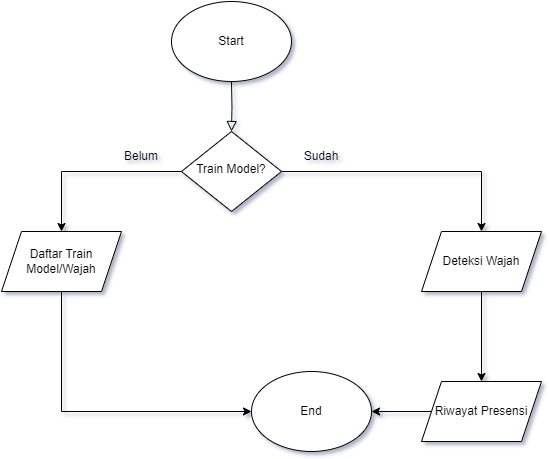
The draw.io diagram flowchart-facepresensi.drawio.png in ditanursabila/face-presensi, before a commit. Source tidied: cells renumbered, new cells last; positions are measured from the earlier drawing's top-left corner, leaving out a move shared by most shapes.
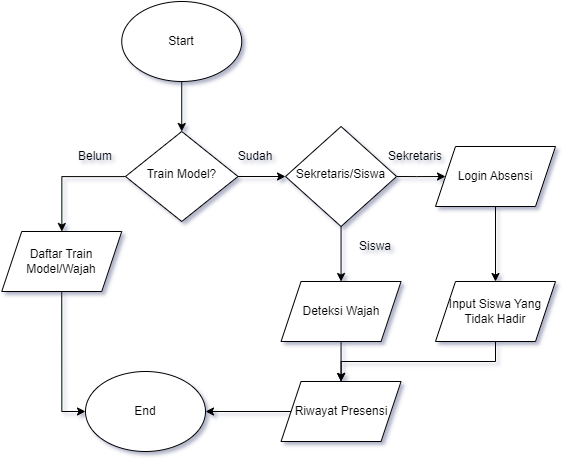
Above is the later version.

Diff of the diagram source:
```diff
@@ -2,49 +2,74 @@
   <root>
     <mxCell id="0" />
     <mxCell id="1" parent="0" />
-    <mxCell id="2" style="rounded=0;html=1;jettySize=auto;fontSize=11;endArrow=block;endFill=0;endSize=8;strokeWidth=1;shadow=0;labelBackgroundColor=none;edgeStyle=orthogonalEdgeStyle;" parent="1" edge="1" target="5">
-      <mxGeometry relative="1" as="geometry">
-        <mxPoint x="230" y="80" as="sourcePoint" />
-      </mxGeometry>
-    </mxCell>
-    <mxCell id="3" style="edgeStyle=orthogonalEdgeStyle;rounded=0;jettySize=auto;html=1;" parent="1" edge="1" source="5" target="8">
+    <mxCell id="3" style="edgeStyle=orthogonalEdgeStyle;rounded=0;jettySize=auto;html=1;exitX=0.5;exitY=1;exitDx=0;exitDy=0;" parent="1" edge="1" source="19" target="8">
       <mxGeometry relative="1" as="geometry" />
     </mxCell>
     <mxCell id="4" style="edgeStyle=orthogonalEdgeStyle;rounded=0;jettySize=auto;html=1;" parent="1" edge="1" source="5" target="10">
       <mxGeometry relative="1" as="geometry" />
     </mxCell>
+    <mxCell id="16" style="edgeStyle=orthogonalEdgeStyle;rounded=0;jettySize=auto;html=1;" parent="1" edge="1" source="5" target="19">
+      <mxGeometry relative="1" as="geometry" />
+    </mxCell>
     <mxCell id="5" value="Train Model?" style="rhombus;whiteSpace=wrap;html=1;shadow=0;fontFamily=Helvetica;fontSize=12;align=center;strokeWidth=1;spacing=6;spacingTop=-4;" parent="1" vertex="1">
-      <mxGeometry x="180" y="130" width="100" height="80" as="geometry" />
+      <mxGeometry x="180" y="130" width="112.5" height="90" as="geometry" />
     </mxCell>
+    <mxCell id="17" style="edgeStyle=orthogonalEdgeStyle;rounded=0;jettySize=auto;html=1;exitX=0.5;exitY=1;exitDx=0;exitDy=0;entryX=0.5;entryY=0;entryDx=0;entryDy=0;" parent="1" edge="1" source="6" target="5">
+      <mxGeometry relative="1" as="geometry" />
+    </mxCell>
     <mxCell id="6" value="Start" style="ellipse;whiteSpace=wrap;html=1;" parent="1" vertex="1">
-      <mxGeometry x="170" width="120" height="80" as="geometry" />
+      <mxGeometry x="176.2" width="120" height="80" as="geometry" />
     </mxCell>
     <mxCell id="7" style="edgeStyle=orthogonalEdgeStyle;rounded=0;jettySize=auto;html=1;exitX=0.5;exitY=1;exitDx=0;exitDy=0;" parent="1" edge="1" source="8" target="14">
       <mxGeometry relative="1" as="geometry" />
     </mxCell>
     <mxCell id="8" value="Deteksi Wajah" style="shape=parallelogram;perimeter=parallelogramPerimeter;whiteSpace=wrap;html=1;fixedSize=1;" parent="1" vertex="1">
-      <mxGeometry x="420" y="230" width="120" height="60" as="geometry" />
+      <mxGeometry x="335.6" y="280" width="120" height="60" as="geometry" />
     </mxCell>
     <mxCell id="9" style="edgeStyle=orthogonalEdgeStyle;rounded=0;jettySize=auto;html=1;exitX=0.5;exitY=1;exitDx=0;exitDy=0;entryX=0;entryY=0.5;entryDx=0;entryDy=0;" parent="1" edge="1" source="10" target="15">
       <mxGeometry relative="1" as="geometry" />
     </mxCell>
     <mxCell id="10" value="Daftar Train Model/Wajah" style="shape=parallelogram;perimeter=parallelogramPerimeter;whiteSpace=wrap;html=1;fixedSize=1;" parent="1" vertex="1">
-      <mxGeometry y="230" width="120" height="60" as="geometry" />
+      <mxGeometry x="56.2" y="230" width="120" height="60" as="geometry" />
     </mxCell>
     <mxCell id="11" value="Sudah" style="text;html=1;align=center;verticalAlign=middle;whiteSpace=wrap;rounded=0;" parent="1" vertex="1">
-      <mxGeometry x="290" y="140" width="60" height="30" as="geometry" />
+      <mxGeometry x="280" y="140" width="60" height="30" as="geometry" />
     </mxCell>
     <mxCell id="12" value="Belum" style="text;html=1;align=center;verticalAlign=middle;whiteSpace=wrap;rounded=0;" parent="1" vertex="1">
-      <mxGeometry x="110" y="140" width="60" height="30" as="geometry" />
+      <mxGeometry x="120" y="140" width="60" height="30" as="geometry" />
     </mxCell>
     <mxCell id="13" style="edgeStyle=orthogonalEdgeStyle;rounded=0;jettySize=auto;html=1;" parent="1" edge="1" source="14" target="15">
       <mxGeometry relative="1" as="geometry" />
     </mxCell>
     <mxCell id="14" value="Riwayat Presensi" style="shape=parallelogram;perimeter=parallelogramPerimeter;whiteSpace=wrap;html=1;fixedSize=1;" parent="1" vertex="1">
-      <mxGeometry x="420" y="380" width="120" height="60" as="geometry" />
+      <mxGeometry x="335.6" y="380" width="120" height="60" as="geometry" />
     </mxCell>
     <mxCell id="15" value="End" style="ellipse;whiteSpace=wrap;html=1;" parent="1" vertex="1">
-      <mxGeometry x="250" y="370" width="120" height="80" as="geometry" />
+      <mxGeometry x="140" y="370" width="120" height="80" as="geometry" />
     </mxCell>
+    <mxCell id="18" style="edgeStyle=orthogonalEdgeStyle;rounded=0;jettySize=auto;html=1;exitX=1;exitY=0.5;exitDx=0;exitDy=0;entryX=0;entryY=0.5;entryDx=0;entryDy=0;" parent="1" edge="1" source="19" target="21">
+      <mxGeometry relative="1" as="geometry" />
+    </mxCell>
+    <mxCell id="19" value="Sekretaris/Siswa" style="rhombus;whiteSpace=wrap;html=1;shadow=0;fontFamily=Helvetica;fontSize=12;align=center;strokeWidth=1;spacing=6;spacingTop=-4;" parent="1" vertex="1">
+      <mxGeometry x="340" y="125" width="111.1" height="100" as="geometry" />
+    </mxCell>
+    <mxCell id="20" style="edgeStyle=orthogonalEdgeStyle;rounded=0;jettySize=auto;html=1;" parent="1" edge="1" source="21" target="23">
+      <mxGeometry relative="1" as="geometry" />
+    </mxCell>
+    <mxCell id="21" value="Login Absensi" style="shape=parallelogram;perimeter=parallelogramPerimeter;whiteSpace=wrap;html=1;fixedSize=1;" parent="1" vertex="1">
+      <mxGeometry x="490" y="145" width="120" height="60" as="geometry" />
+    </mxCell>
+    <mxCell id="22" style="edgeStyle=orthogonalEdgeStyle;rounded=0;jettySize=auto;html=1;exitX=0.5;exitY=1;exitDx=0;exitDy=0;" parent="1" edge="1" source="23" target="14">
+      <mxGeometry relative="1" as="geometry" />
+    </mxCell>
+    <mxCell id="23" value="Input Siswa Yang Tidak Hadir" style="shape=parallelogram;perimeter=parallelogramPerimeter;whiteSpace=wrap;html=1;fixedSize=1;" parent="1" vertex="1">
+      <mxGeometry x="490" y="280" width="120" height="60" as="geometry" />
+    </mxCell>
+    <mxCell id="24" value="Siswa" style="text;html=1;align=center;verticalAlign=middle;whiteSpace=wrap;rounded=0;" parent="1" vertex="1">
+      <mxGeometry x="400" y="230" width="60" height="30" as="geometry" />
+    </mxCell>
+    <mxCell id="25" value="Sekretaris" style="text;html=1;align=center;verticalAlign=middle;whiteSpace=wrap;rounded=0;" parent="1" vertex="1">
+      <mxGeometry x="440" y="140" width="60" height="30" as="geometry" />
+    </mxCell>
   </root>
 </mxGraphModel>
```
